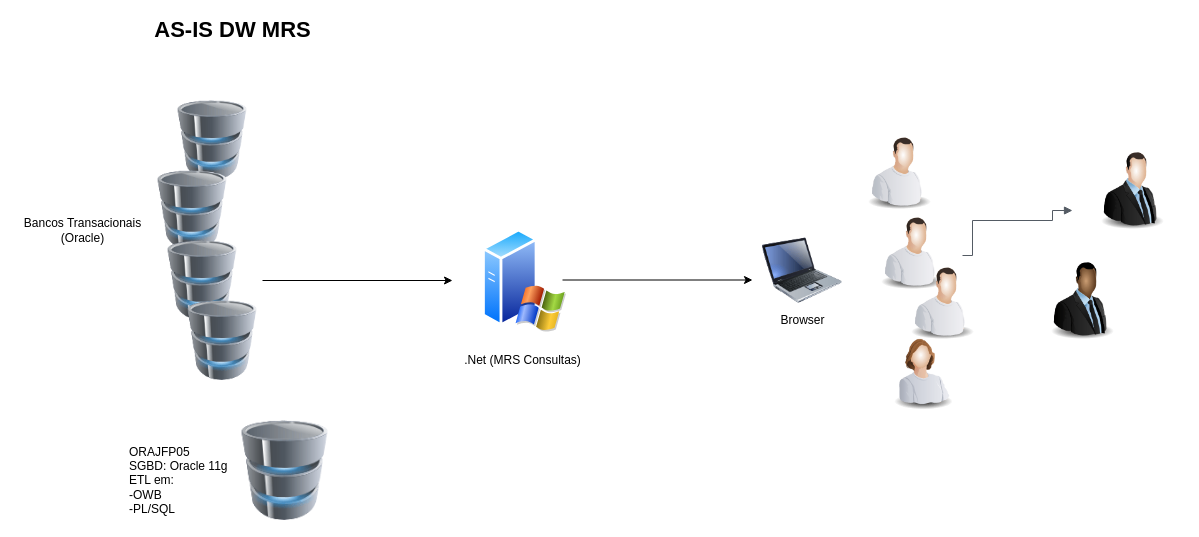
Earlier version of the draw.io diagram as_is_MRSConsultas.drawio (rafaelr00/arquitetura). Source tidied: cells renumbered, new cells numbered last; positions are measured from the earlier drawing's top-left corner, leaving out a move shared by most shapes. Both pictures are drawn from the tidied source at 100%, with x=0, y=0 at pixel (17, 20).
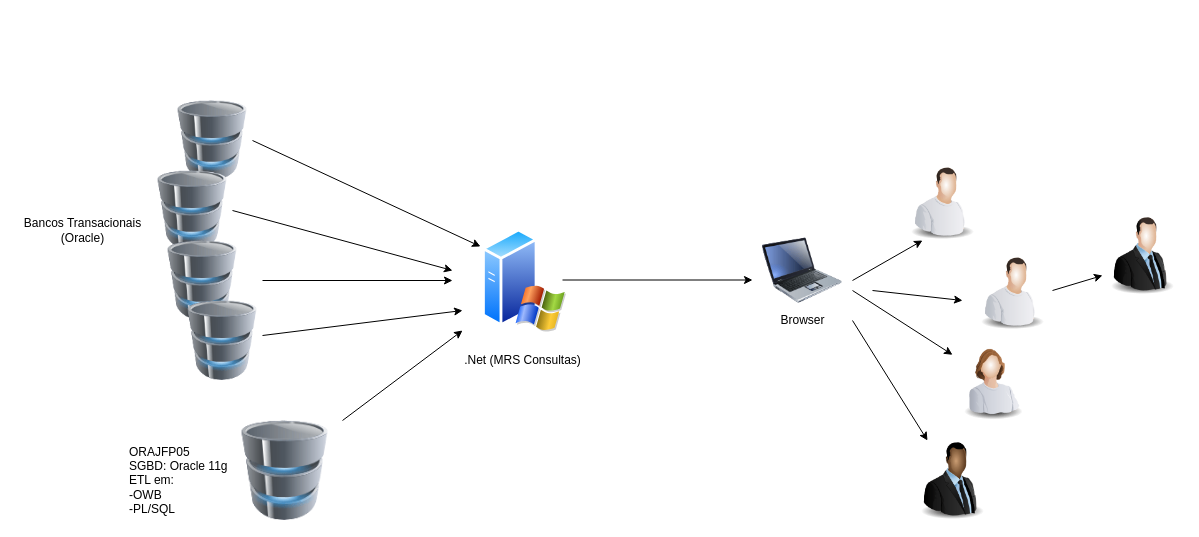
Above is the later version.

The change refers to these unchanged cells:
```xml
<mxCell id="6" style="image;html=1;labelBackgroundColor=#ffffff;image=img/lib/clip_art/computers/Database_128x128.png;" parent="1" vertex="1">
  <mxGeometry x="155" y="80" width="80" height="80" as="geometry" />
</mxCell>
<mxCell id="7" style="image;html=1;labelBackgroundColor=#ffffff;image=img/lib/clip_art/computers/Database_128x128.png;" parent="1" vertex="1">
  <mxGeometry x="135" y="150" width="80" height="80" as="geometry" />
</mxCell>
<mxCell id="9" style="image;html=1;labelBackgroundColor=#ffffff;image=img/lib/clip_art/computers/Database_128x128.png;" parent="1" vertex="1">
  <mxGeometry x="165" y="280" width="80" height="80" as="geometry" />
</mxCell>
<mxCell id="19" style="perimeter=ellipsePerimeter;html=1;align=center;shadow=0;dashed=0;spacingTop=3;image;image=img/lib/active_directory/windows_server_2.svg;" parent="1" vertex="1">
  <mxGeometry x="465" y="207.5" width="84" height="105" as="geometry" />
</mxCell>
```

Diff of the diagram source:
```diff
@@
-    <mxCell id="2" style="image;html=1;labelBackgroundColor=#ffffff;image=img/lib/clip_art/people/Worker_Man_128x128.png;" parent="1" vertex="1">
-      <mxGeometry x="842" y="110" width="80" height="80" as="geometry" />
-    </mxCell>
     <mxCell id="3" style="image;html=1;labelBackgroundColor=#ffffff;image=img/lib/clip_art/people/Worker_Man_128x128.png;" parent="1" vertex="1">
-      <mxGeometry x="855" y="190" width="80" height="80" as="geometry" />
+      <mxGeometry x="885" y="140" width="80" height="80" as="geometry" />
     </mxCell>
     <mxCell id="4" style="image;html=1;labelBackgroundColor=#ffffff;image=img/lib/clip_art/people/Suit_Man_128x128.png;" parent="1" vertex="1">
-      <mxGeometry x="1075" y="130" width="80" height="80" as="geometry" />
+      <mxGeometry x="1085" y="195" width="80" height="80" as="geometry" />
     </mxCell>
     <mxCell id="5" style="image;html=1;labelBackgroundColor=#ffffff;image=img/lib/clip_art/people/Suit_Man_Black_128x128.png;" parent="1" vertex="1">
-      <mxGeometry x="1025" y="240" width="80" height="80" as="geometry" />
+      <mxGeometry x="895" y="420" width="80" height="80" as="geometry" />
     </mxCell>
@@
-    <mxCell id="11" value="&lt;font size=&quot;1&quot;&gt;&lt;b style=&quot;font-size: 22px&quot;&gt;AS-IS DW MRS&lt;/b&gt;&lt;/font&gt;" style="text;html=1;align=center;verticalAlign=middle;fillColor=none;strokeColor=none;rounded=0;" parent="1" vertex="1">
-      <mxGeometry x="130" width="170" height="20" as="geometry" />
-    </mxCell>
@@
     <mxCell id="15" style="image;html=1;labelBackgroundColor=#ffffff;image=img/lib/clip_art/people/Worker_Man_128x128.png;" parent="1" vertex="1">
-      <mxGeometry x="885" y="240" width="80" height="80" as="geometry" />
+      <mxGeometry x="955" y="230" width="80" height="80" as="geometry" />
     </mxCell>
     <mxCell id="16" style="image;html=1;labelBackgroundColor=#ffffff;image=img/lib/clip_art/people/Worker_Woman_128x128.png;align=left;" parent="1" vertex="1">
-      <mxGeometry x="865" y="310" width="80" height="80" as="geometry" />
+      <mxGeometry x="935" y="320" width="80" height="80" as="geometry" />
     </mxCell>
-    <mxCell id="17" style="edgeStyle=orthogonalEdgeStyle;html=1;endArrow=block;elbow=vertical;startArrow=none;endFill=1;strokeColor=#545B64;rounded=0;" parent="1" edge="1">
-      <mxGeometry relative="1" as="geometry">
-        <mxPoint x="945" y="235" as="sourcePoint" />
-        <mxPoint x="1055" y="190" as="targetPoint" />
-        <Array as="points">
-          <mxPoint x="955" y="235" />
-          <mxPoint x="955" y="200" />
-          <mxPoint x="1035" y="200" />
-        </Array>
-      </mxGeometry>
-    </mxCell>
@@
+    <mxCell id="23" style="endArrow=classic;html=1;exitX=1;exitY=0.5;exitDx=0;exitDy=0;entryX=-0.024;entryY=0.176;entryDx=0;entryDy=0;entryPerimeter=0;" parent="1" edge="1" source="6" target="19">
+      <mxGeometry relative="1" as="geometry" />
+    </mxCell>
+    <mxCell id="24" style="endArrow=classic;html=1;exitX=1;exitY=0.5;exitDx=0;exitDy=0;" parent="1" edge="1" source="7">
+      <mxGeometry relative="1" as="geometry">
+        <mxPoint x="435" y="250" as="targetPoint" />
+      </mxGeometry>
+    </mxCell>
+    <mxCell id="25" style="endArrow=classic;html=1;" parent="1" edge="1" source="9">
+      <mxGeometry relative="1" as="geometry">
+        <mxPoint x="445" y="290" as="targetPoint" />
+      </mxGeometry>
+    </mxCell>
+    <mxCell id="26" style="endArrow=classic;html=1;" parent="1" edge="1">
+      <mxGeometry relative="1" as="geometry">
+        <mxPoint x="325" y="400" as="sourcePoint" />
+        <mxPoint x="445" y="310" as="targetPoint" />
+      </mxGeometry>
+    </mxCell>
+    <mxCell id="27" style="endArrow=classic;html=1;" parent="1" edge="1" target="5">
+      <mxGeometry relative="1" as="geometry">
+        <mxPoint x="835" y="300" as="sourcePoint" />
+      </mxGeometry>
+    </mxCell>
+    <mxCell id="28" style="endArrow=classic;html=1;" parent="1" edge="1" target="16">
+      <mxGeometry relative="1" as="geometry">
+        <mxPoint x="835" y="270" as="sourcePoint" />
+      </mxGeometry>
+    </mxCell>
+    <mxCell id="29" style="endArrow=classic;html=1;entryX=0.25;entryY=1;entryDx=0;entryDy=0;" parent="1" edge="1" target="3">
+      <mxGeometry relative="1" as="geometry">
+        <mxPoint x="835" y="260" as="sourcePoint" />
+      </mxGeometry>
+    </mxCell>
+    <mxCell id="30" style="endArrow=classic;html=1;" parent="1" edge="1">
+      <mxGeometry relative="1" as="geometry">
+        <mxPoint x="855" y="270" as="sourcePoint" />
+        <mxPoint x="945" y="280" as="targetPoint" />
+      </mxGeometry>
+    </mxCell>
+    <mxCell id="31" style="endArrow=classic;html=1;exitX=1;exitY=0.5;exitDx=0;exitDy=0;entryX=0;entryY=0.75;entryDx=0;entryDy=0;" parent="1" edge="1" source="15" target="4">
+      <mxGeometry relative="1" as="geometry" />
+    </mxCell>
```
